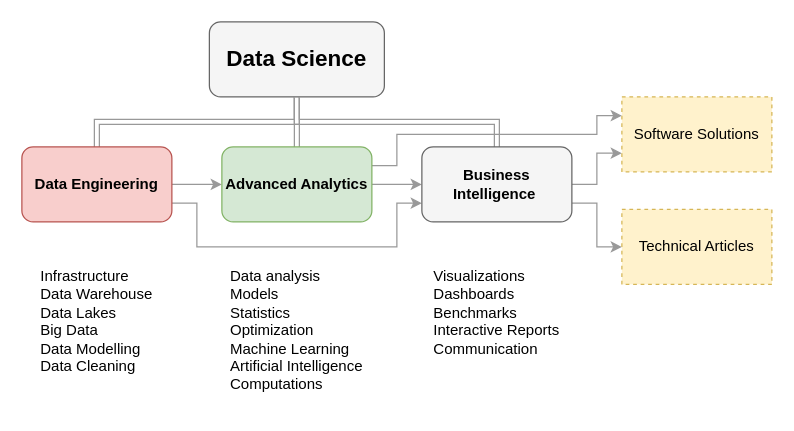
Earlier version of the draw.io diagram data_science_overview.drawio (PeterFogh/how_to_do_data_science). Source tidied: cells renumbered, new cells numbered last; positions are measured from the earlier drawing's top-left corner, leaving out a move shared by most shapes. Both pictures are drawn from the tidied source at 125%, with x=0, y=0 at pixel (21, 21).
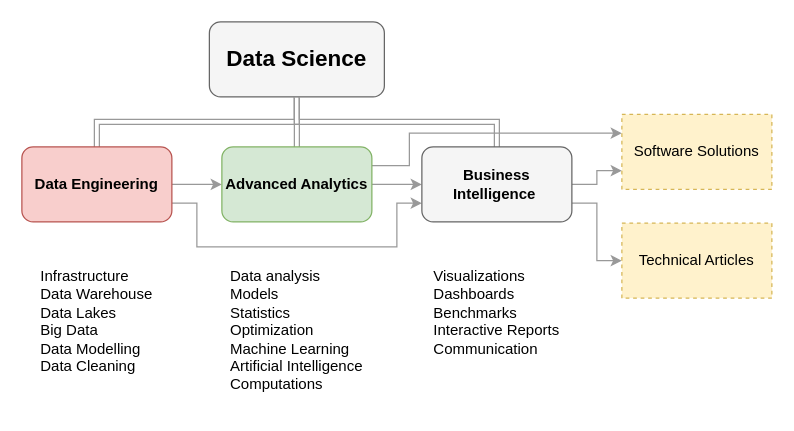
The same diagram, later.

Unchanged cells that the change refers to:
```xml
<mxCell id="10" value="&lt;b&gt;Advanced Analytics&lt;/b&gt;" style="rounded=1;whiteSpace=wrap;html=1;fillColor=#d5e8d4;strokeColor=#82b366;" parent="1" vertex="1">
  <mxGeometry x="160" y="100" width="120" height="60" as="geometry" />
</mxCell>
```

What changed in the source:
```diff
@@
-    <mxCell id="8" style="edgeStyle=orthogonalEdgeStyle;rounded=0;html=1;exitX=1;exitY=0.25;entryX=0;entryY=0.25;startArrow=none;startFill=0;endArrow=classic;endFill=1;jettySize=auto;strokeColor=#999999;" parent="1" edge="1" source="10" target="15">
+    <mxCell id="8" style="edgeStyle=orthogonalEdgeStyle;rounded=0;html=1;exitX=1;exitY=0.25;startArrow=none;startFill=0;endArrow=classic;endFill=1;jettySize=auto;strokeColor=#999999;entryX=0;entryY=0.25;entryDx=0;entryDy=0;" parent="1" edge="1" source="10" target="15">
       <mxGeometry relative="1" as="geometry">
         <Array as="points">
-          <mxPoint x="300" y="115" />
-          <mxPoint x="300" y="90" />
-          <mxPoint x="460" y="90" />
-          <mxPoint x="460" y="75" />
+          <mxPoint x="310" y="115" />
+          <mxPoint x="310" y="89" />
         </Array>
       </mxGeometry>
     </mxCell>
@@
     <mxCell id="15" value="Software Solutions&lt;br&gt;" style="rounded=0;whiteSpace=wrap;html=1;dashed=1;fillColor=#fff2cc;strokeColor=#d6b656;" parent="1" vertex="1">
-      <mxGeometry x="480" y="60" width="120" height="60" as="geometry" />
+      <mxGeometry x="480" y="74" width="120" height="60" as="geometry" />
     </mxCell>
     <mxCell id="16" value="Technical Articles&lt;br&gt;" style="rounded=0;whiteSpace=wrap;html=1;dashed=1;fillColor=#fff2cc;strokeColor=#d6b656;" parent="1" vertex="1">
-      <mxGeometry x="480" y="150" width="120" height="60" as="geometry" />
+      <mxGeometry x="480" y="161" width="120" height="60" as="geometry" />
     </mxCell>
```
